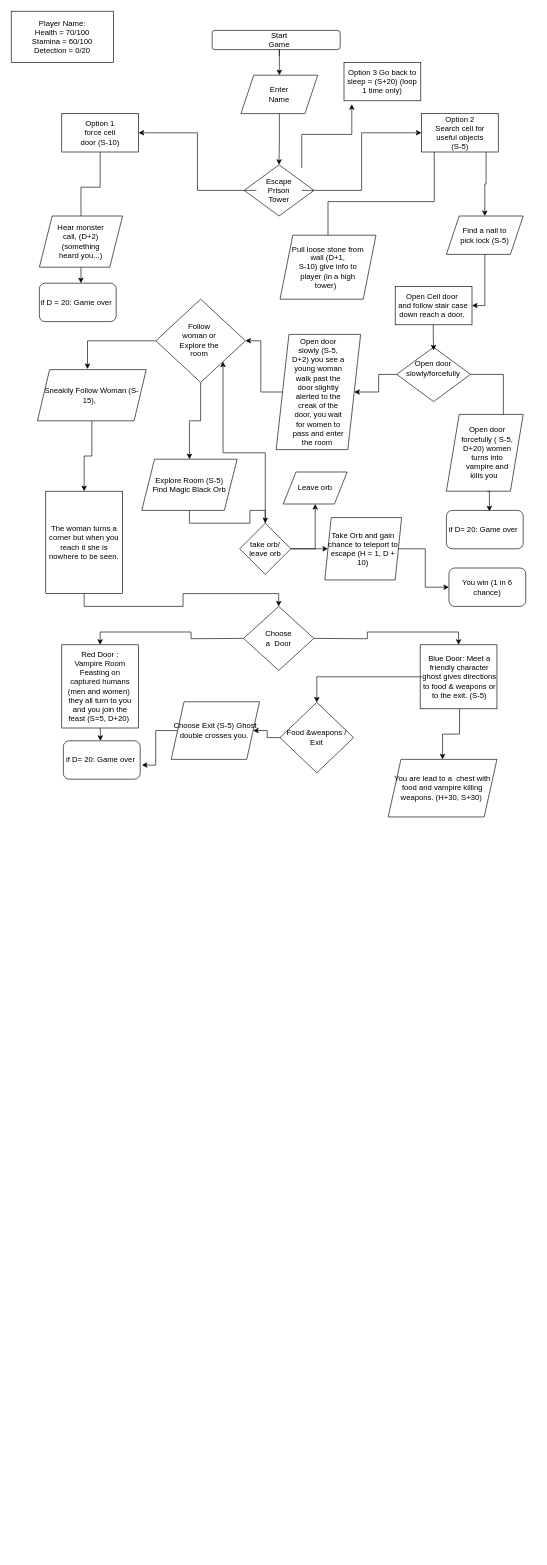
The draw.io diagram 1 - Fantastic F4.drawio in Fantastic-f4/Adventure_Game, before the edit. Source tidied: cells renumbered, new cells numbered last; positions are measured from the earlier drawing's top-left corner, leaving out a move shared by most shapes. Both pictures are drawn from the tidied source at 64%, with x=0, y=0 at pixel (11, 11).
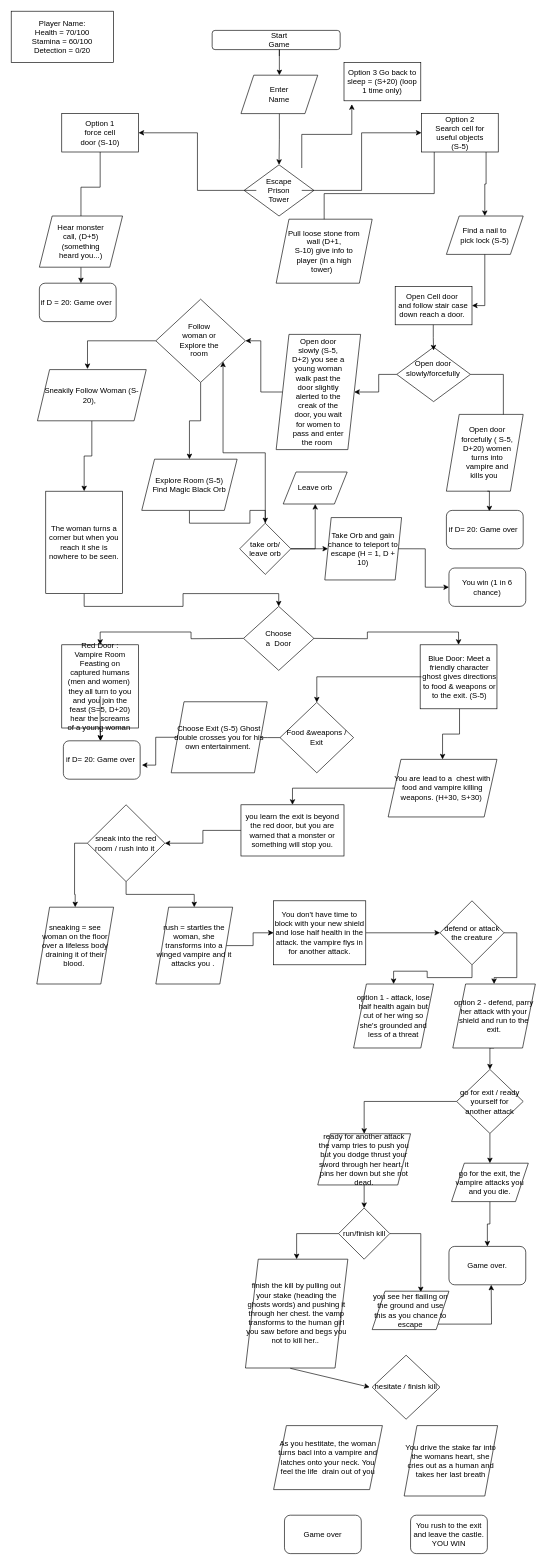
Above is the later version.

The change refers to these unchanged cells:
```xml
<mxCell id="80" value="if D= 20: Game over" style="text;html=1;strokeColor=none;fillColor=none;align=center;verticalAlign=middle;whiteSpace=wrap;rounded=0;" parent="1" vertex="1">
  <mxGeometry x="81.5" y="1140" width="116" height="60" as="geometry" />
</mxCell>
<mxCell id="85" value="You are lead to a&amp;nbsp; chest with food and vampire killing weapons. (H+30, S+30)&amp;nbsp;" style="shape=parallelogram;perimeter=parallelogramPerimeter;whiteSpace=wrap;html=1;fixedSize=1;" parent="1" vertex="1">
  <mxGeometry x="589" y="1169" width="170" height="90" as="geometry" />
</mxCell>
```

What changed in the source:
```diff
@@
+    <mxCell id="86" style="edgeStyle=orthogonalEdgeStyle;rounded=0;jettySize=auto;html=1;" parent="1" edge="1" source="22" target="80">
+      <mxGeometry relative="1" as="geometry" />
+    </mxCell>
-    <mxCell id="22" value="Red Door : Vampire Room Feasting on captured humans (men and women)&amp;nbsp;&lt;br&gt;they all turn to you and you join the feast (S=5, D+20)&amp;nbsp;" style="text;html=1;strokeColor=none;fillColor=none;align=center;verticalAlign=middle;whiteSpace=wrap;rounded=0;" parent="1" vertex="1">
+    <mxCell id="22" value="Red Door : Vampire Room Feasting on captured humans (men and women)&amp;nbsp;&lt;br&gt;they all turn to you and you join the feast (S=5, D+20) hear the screams of a young woman&amp;nbsp;" style="text;html=1;strokeColor=none;fillColor=none;align=center;verticalAlign=middle;whiteSpace=wrap;rounded=0;" parent="1" vertex="1">
       <mxGeometry x="86" y="1040" width="106" height="30" as="geometry" />
     </mxCell>
@@
     <mxCell id="38" style="shape=parallelogram;perimeter=parallelogramPerimeter;whiteSpace=wrap;html=1;fixedSize=1;" parent="1" vertex="1">
-      <mxGeometry x="420" y="350" width="150" height="100" as="geometry" />
+      <mxGeometry x="414" y="325" width="150" height="100" as="geometry" />
     </mxCell>
     <mxCell id="39" value="Pull loose stone from wall (D+1, &lt;br&gt;S-10) give info to player (in a high tower)&amp;nbsp;&amp;nbsp;" style="text;html=1;strokeColor=none;fillColor=none;align=center;verticalAlign=middle;whiteSpace=wrap;rounded=0;" parent="1" vertex="1">
-      <mxGeometry x="437" y="375" width="116" height="50" as="geometry" />
+      <mxGeometry x="431" y="350" width="116" height="50" as="geometry" />
     </mxCell>
@@
-    <mxCell id="42" value="Hear monster call, (D+2) (something heard you...)" style="text;html=1;strokeColor=none;fillColor=none;align=center;verticalAlign=middle;whiteSpace=wrap;rounded=0;" parent="1" vertex="1">
+    <mxCell id="42" value="Hear monster call, (D+5) (something heard you...)" style="text;html=1;strokeColor=none;fillColor=none;align=center;verticalAlign=middle;whiteSpace=wrap;rounded=0;" parent="1" vertex="1">
       <mxGeometry x="69" y="330" width="80" height="60" as="geometry" />
     </mxCell>
@@
-    <mxCell id="66" value="Sneakily Follow Woman (S-15),&amp;nbsp;&amp;nbsp;" style="shape=parallelogram;perimeter=parallelogramPerimeter;whiteSpace=wrap;html=1;fixedSize=1;size=19;" parent="1" vertex="1">
+    <mxCell id="66" value="Sneakily Follow Woman (S-20),&amp;nbsp;&amp;nbsp;" style="shape=parallelogram;perimeter=parallelogramPerimeter;whiteSpace=wrap;html=1;fixedSize=1;size=19;" parent="1" vertex="1">
       <mxGeometry x="41" y="560" width="170" height="80" as="geometry" />
     </mxCell>
@@
-    <mxCell id="84" value="Choose Exit (S-5) Ghost double crosses you.&amp;nbsp;" style="shape=parallelogram;perimeter=parallelogramPerimeter;whiteSpace=wrap;html=1;fixedSize=1;" parent="1" vertex="1">
-      <mxGeometry x="250" y="1079" width="138" height="90" as="geometry" />
+    <mxCell id="84" value="Choose Exit (S-5) Ghost double crosses you for his own entertainment.&amp;nbsp;" style="shape=parallelogram;perimeter=parallelogramPerimeter;whiteSpace=wrap;html=1;fixedSize=1;" parent="1" vertex="1">
+      <mxGeometry x="250" y="1079" width="150" height="111" as="geometry" />
     </mxCell>
+    <mxCell id="87" style="edgeStyle=orthogonalEdgeStyle;rounded=0;jettySize=auto;html=1;exitX=0;exitY=0.5;exitDx=0;exitDy=0;entryX=0.5;entryY=0;entryDx=0;entryDy=0;" parent="1" edge="1" source="85" target="89">
+      <mxGeometry relative="1" as="geometry" />
+    </mxCell>
@@
+    <mxCell id="88" style="edgeStyle=orthogonalEdgeStyle;rounded=0;jettySize=auto;html=1;exitX=0;exitY=0.5;exitDx=0;exitDy=0;" parent="1" edge="1" source="89" target="92">
+      <mxGeometry relative="1" as="geometry" />
+    </mxCell>
+    <mxCell id="89" value="you learn the exit is beyond the red door, but you are warned that a monster or something will stop you." style="rounded=0;whiteSpace=wrap;html=1;" parent="1" vertex="1">
+      <mxGeometry x="359" y="1240" width="161" height="80" as="geometry" />
+    </mxCell>
+    <mxCell id="90" style="edgeStyle=orthogonalEdgeStyle;rounded=0;jettySize=auto;html=1;exitX=0;exitY=0.5;exitDx=0;exitDy=0;entryX=0.5;entryY=0;entryDx=0;entryDy=0;" parent="1" edge="1" source="92" target="93">
+      <mxGeometry relative="1" as="geometry" />
+    </mxCell>
+    <mxCell id="91" style="edgeStyle=orthogonalEdgeStyle;rounded=0;jettySize=auto;html=1;exitX=0.5;exitY=1;exitDx=0;exitDy=0;entryX=0.5;entryY=0;entryDx=0;entryDy=0;" parent="1" edge="1" source="92" target="95">
+      <mxGeometry relative="1" as="geometry" />
+    </mxCell>
+    <mxCell id="92" value="sneak into the red room / rush into it&amp;nbsp;" style="rhombus;whiteSpace=wrap;html=1;" parent="1" vertex="1">
+      <mxGeometry x="119" y="1240" width="121" height="120" as="geometry" />
+    </mxCell>
+    <mxCell id="93" value="sneaking = see woman on the floor over a lifeless body draining it of their blood.&amp;nbsp;" style="shape=parallelogram;perimeter=parallelogramPerimeter;whiteSpace=wrap;html=1;fixedSize=1;" parent="1" vertex="1">
+      <mxGeometry x="40" y="1400" width="120" height="120" as="geometry" />
+    </mxCell>
+    <mxCell id="94" style="edgeStyle=orthogonalEdgeStyle;rounded=0;jettySize=auto;html=1;exitX=1;exitY=0.5;exitDx=0;exitDy=0;entryX=0;entryY=0.5;entryDx=0;entryDy=0;" parent="1" edge="1" source="95" target="100">
+      <mxGeometry relative="1" as="geometry" />
+    </mxCell>
+    <mxCell id="95" value="rush = startles the woman, she transforms into a winged vampire and it attacks you .&amp;nbsp;" style="shape=parallelogram;perimeter=parallelogramPerimeter;whiteSpace=wrap;html=1;fixedSize=1;" parent="1" vertex="1">
+      <mxGeometry x="226" y="1400" width="120" height="120" as="geometry" />
+    </mxCell>
+    <mxCell id="96" style="edgeStyle=orthogonalEdgeStyle;rounded=0;jettySize=auto;html=1;exitX=1;exitY=0.5;exitDx=0;exitDy=0;" parent="1" edge="1" source="98" target="102">
+      <mxGeometry relative="1" as="geometry" />
+    </mxCell>
+    <mxCell id="97" style="edgeStyle=orthogonalEdgeStyle;rounded=0;jettySize=auto;html=1;exitX=0.5;exitY=1;exitDx=0;exitDy=0;entryX=0.5;entryY=0;entryDx=0;entryDy=0;" parent="1" edge="1" source="98" target="103">
+      <mxGeometry relative="1" as="geometry" />
+    </mxCell>
+    <mxCell id="98" value="defend or attack the creature" style="rhombus;whiteSpace=wrap;html=1;" parent="1" vertex="1">
+      <mxGeometry x="670" y="1390" width="100" height="100" as="geometry" />
+    </mxCell>
+    <mxCell id="99" style="edgeStyle=orthogonalEdgeStyle;rounded=0;jettySize=auto;html=1;exitX=1;exitY=0.5;exitDx=0;exitDy=0;entryX=0;entryY=0.5;entryDx=0;entryDy=0;" parent="1" edge="1" source="100" target="98">
+      <mxGeometry relative="1" as="geometry" />
+    </mxCell>
+    <mxCell id="100" value="You don't have time to block with your new shield and lose half health in the attack. the vampire flys in for another attack." style="rounded=0;whiteSpace=wrap;html=1;" parent="1" vertex="1">
+      <mxGeometry x="410" y="1390" width="144" height="100" as="geometry" />
+    </mxCell>
+    <mxCell id="101" style="edgeStyle=orthogonalEdgeStyle;rounded=0;jettySize=auto;html=1;exitX=0.5;exitY=1;exitDx=0;exitDy=0;entryX=0.5;entryY=0;entryDx=0;entryDy=0;" parent="1" edge="1" source="102" target="106">
+      <mxGeometry relative="1" as="geometry" />
+    </mxCell>
+    <mxCell id="102" value="option 2 - defend, parry her attack with your shield and run to the exit." style="shape=parallelogram;perimeter=parallelogramPerimeter;whiteSpace=wrap;html=1;fixedSize=1;" parent="1" vertex="1">
+      <mxGeometry x="690" y="1520" width="129" height="100" as="geometry" />
+    </mxCell>
+    <mxCell id="103" value="option 1 - attack, lose half health again but cut of her wing so she's grounded and less of a threat" style="shape=parallelogram;perimeter=parallelogramPerimeter;whiteSpace=wrap;html=1;fixedSize=1;" parent="1" vertex="1">
+      <mxGeometry x="535" y="1520" width="125" height="100" as="geometry" />
+    </mxCell>
+    <mxCell id="104" style="edgeStyle=orthogonalEdgeStyle;rounded=0;jettySize=auto;html=1;exitX=0.5;exitY=1;exitDx=0;exitDy=0;entryX=0.5;entryY=0;entryDx=0;entryDy=0;" parent="1" edge="1" source="106" target="108">
+      <mxGeometry relative="1" as="geometry" />
+    </mxCell>
+    <mxCell id="105" style="edgeStyle=orthogonalEdgeStyle;rounded=0;jettySize=auto;html=1;exitX=0;exitY=0.5;exitDx=0;exitDy=0;" parent="1" edge="1" source="106" target="111">
+      <mxGeometry relative="1" as="geometry" />
+    </mxCell>
+    <mxCell id="106" value="go for exit / ready yourself for another attack" style="rhombus;whiteSpace=wrap;html=1;" parent="1" vertex="1">
+      <mxGeometry x="696" y="1653.5" width="104" height="100" as="geometry" />
+    </mxCell>
+    <mxCell id="107" style="edgeStyle=orthogonalEdgeStyle;rounded=0;jettySize=auto;html=1;exitX=0.5;exitY=1;exitDx=0;exitDy=0;entryX=0.5;entryY=0;entryDx=0;entryDy=0;" parent="1" edge="1" source="108" target="109">
+      <mxGeometry relative="1" as="geometry" />
+    </mxCell>
+    <mxCell id="108" value="go for the exit, the vampire attacks you and you die." style="shape=parallelogram;perimeter=parallelogramPerimeter;whiteSpace=wrap;html=1;fixedSize=1;" parent="1" vertex="1">
+      <mxGeometry x="688" y="1800" width="120" height="60" as="geometry" />
+    </mxCell>
+    <mxCell id="109" value="Game over." style="rounded=1;whiteSpace=wrap;html=1;" parent="1" vertex="1">
+      <mxGeometry x="684" y="1930" width="120" height="60" as="geometry" />
+    </mxCell>
+    <mxCell id="110" style="edgeStyle=orthogonalEdgeStyle;rounded=0;jettySize=auto;html=1;exitX=0.5;exitY=1;exitDx=0;exitDy=0;entryX=0.5;entryY=0;entryDx=0;entryDy=0;" parent="1" edge="1" source="111" target="114">
+      <mxGeometry relative="1" as="geometry" />
+    </mxCell>
+    <mxCell id="111" value="ready for another attack the vamp tries to push you but you dodge thrust your sword through her heart. it pins her down but she not dead." style="shape=parallelogram;perimeter=parallelogramPerimeter;whiteSpace=wrap;html=1;fixedSize=1;" parent="1" vertex="1">
+      <mxGeometry x="479" y="1754" width="145" height="80" as="geometry" />
+    </mxCell>
+    <mxCell id="112" style="edgeStyle=orthogonalEdgeStyle;rounded=0;jettySize=auto;html=1;exitX=1;exitY=0.5;exitDx=0;exitDy=0;entryX=0.633;entryY=0.025;entryDx=0;entryDy=0;entryPerimeter=0;" parent="1" edge="1" source="114" target="116">
+      <mxGeometry relative="1" as="geometry" />
+    </mxCell>
+    <mxCell id="113" style="edgeStyle=orthogonalEdgeStyle;rounded=0;jettySize=auto;html=1;exitX=0;exitY=0.5;exitDx=0;exitDy=0;entryX=0.5;entryY=0;entryDx=0;entryDy=0;" parent="1" edge="1" source="114" target="117">
+      <mxGeometry relative="1" as="geometry" />
+    </mxCell>
+    <mxCell id="114" value="run/finish kill" style="rhombus;whiteSpace=wrap;html=1;" parent="1" vertex="1">
+      <mxGeometry x="511.5" y="1870" width="80" height="80" as="geometry" />
+    </mxCell>
+    <mxCell id="115" style="edgeStyle=orthogonalEdgeStyle;rounded=0;jettySize=auto;html=1;exitX=1;exitY=1;exitDx=0;exitDy=0;" parent="1" edge="1" source="116">
+      <mxGeometry relative="1" as="geometry">
+        <mxPoint x="750" y="1990" as="targetPoint" />
+      </mxGeometry>
+    </mxCell>
+    <mxCell id="116" value="you see her flailing on the ground and use this as you chance to escape" style="shape=parallelogram;perimeter=parallelogramPerimeter;whiteSpace=wrap;html=1;fixedSize=1;" parent="1" vertex="1">
+      <mxGeometry x="564" y="2000" width="120" height="60" as="geometry" />
+    </mxCell>
+    <mxCell id="117" value="finish the kill by pulling out your stake (heading the ghosts words) and pushing it through her chest. the vamp transforms to the human girl you saw before and begs you not to kill her..&amp;nbsp;" style="shape=parallelogram;perimeter=parallelogramPerimeter;whiteSpace=wrap;html=1;fixedSize=1;" parent="1" vertex="1">
+      <mxGeometry x="366" y="1950" width="160" height="170" as="geometry" />
+    </mxCell>
+    <mxCell id="118" value="hesitate / finish kill" style="rhombus;whiteSpace=wrap;html=1;" parent="1" vertex="1">
+      <mxGeometry x="564" y="2100" width="106" height="100" as="geometry" />
+    </mxCell>
+    <mxCell id="119" style="endArrow=classic;html=1;exitX=0.438;exitY=1.003;exitDx=0;exitDy=0;exitPerimeter=0;" parent="1" edge="1" source="117">
+      <mxGeometry relative="1" as="geometry">
+        <mxPoint x="560" y="2150" as="targetPoint" />
+      </mxGeometry>
+    </mxCell>
+    <mxCell id="120" value="As you hestitate, the woman turns bacl into a vampire and latches onto your neck. You feel the life&amp;nbsp; drain out of you" style="shape=parallelogram;perimeter=parallelogramPerimeter;whiteSpace=wrap;html=1;fixedSize=1;" parent="1" vertex="1">
+      <mxGeometry x="410" y="2210" width="170" height="100" as="geometry" />
+    </mxCell>
+    <mxCell id="121" value="Game over" style="rounded=1;whiteSpace=wrap;html=1;" parent="1" vertex="1">
+      <mxGeometry x="427" y="2350" width="120" height="60" as="geometry" />
+    </mxCell>
+    <mxCell id="122" value="You drive the stake far into the womans heart, she cries out as a human and takes her last breath" style="shape=parallelogram;perimeter=parallelogramPerimeter;whiteSpace=wrap;html=1;fixedSize=1;" parent="1" vertex="1">
+      <mxGeometry x="614" y="2210" width="146" height="110" as="geometry" />
+    </mxCell>
+    <mxCell id="123" value="You rush to the exit and leave the castle. YOU WIN" style="rounded=1;whiteSpace=wrap;html=1;" parent="1" vertex="1">
+      <mxGeometry x="624" y="2350" width="120" height="60" as="geometry" />
+    </mxCell>
```
